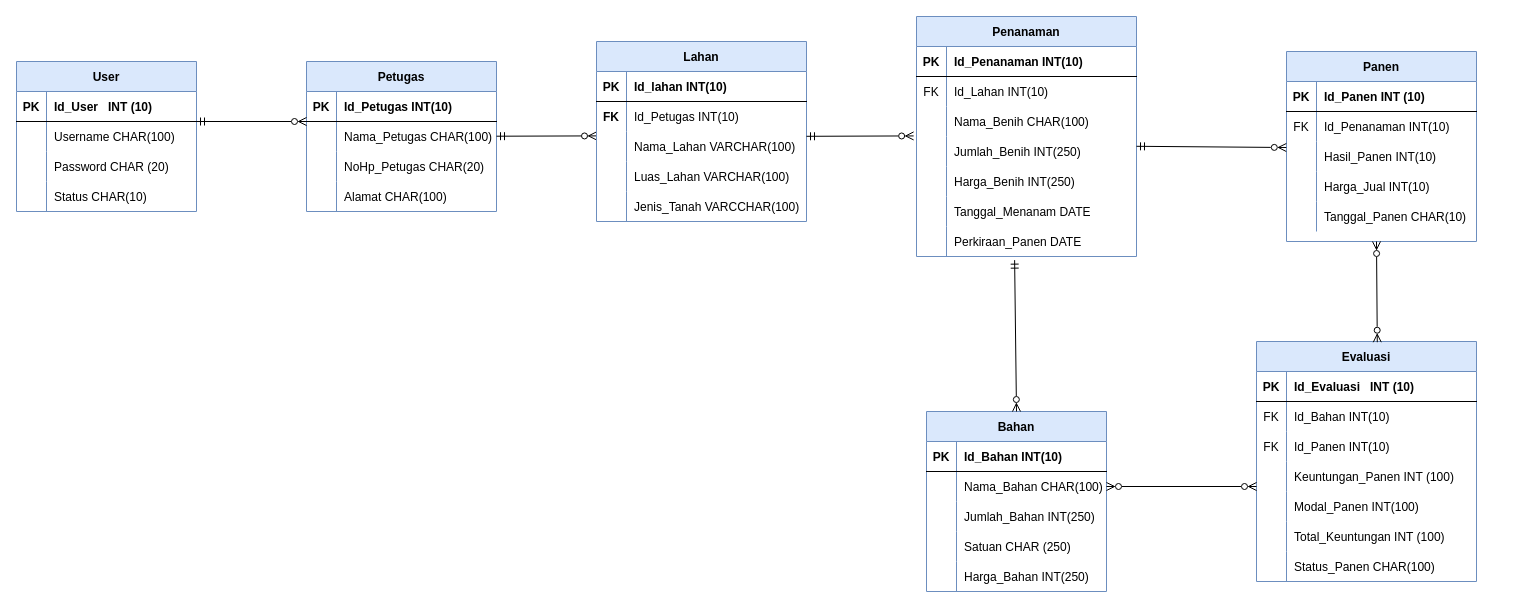
This is pertemuan 3/Pertemuan 3.drawio from ramabhagadhara/IF214002, a draw.io file, before an edit. Source tidied: cells renumbered, new cells numbered last; positions are measured from the earlier drawing's top-left corner, leaving out a move shared by most shapes. Both pictures are drawn from the tidied source at 100%, with x=0, y=0 at pixel (16, 16).
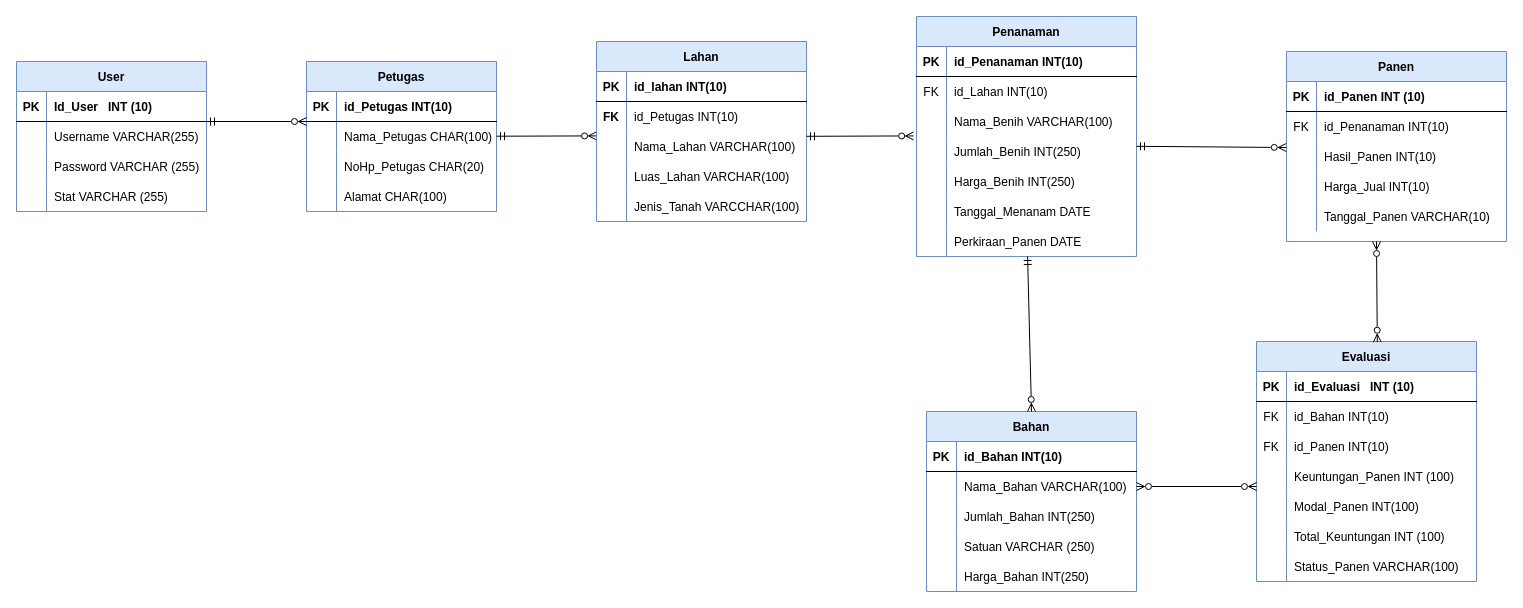
The same page after the edit.

The change refers to these unchanged cells:
```xml
<mxCell id="19" style="shape=tableRow;horizontal=0;startSize=0;swimlaneHead=0;swimlaneBody=0;fillColor=none;top=0;left=0;right=0;bottom=1;" parent="18" vertex="1">
  <mxGeometry y="30" width="220" height="30" as="geometry" />
</mxCell>
<mxCell id="22" style="shape=tableRow;horizontal=0;startSize=0;swimlaneHead=0;swimlaneBody=0;fillColor=none;top=0;left=0;right=0;bottom=0;" parent="18" vertex="1">
  <mxGeometry y="60" width="220" height="30" as="geometry" />
</mxCell>
<mxCell id="25" style="shape=tableRow;horizontal=0;startSize=0;swimlaneHead=0;swimlaneBody=0;fillColor=none;points=[[0,0.5],[1,0.5]];portConstraint=eastwest;top=0;left=0;right=0;bottom=0;" parent="18" vertex="1">
  <mxGeometry y="90" width="220" height="30" as="geometry" />
</mxCell>
<mxCell id="37" style="shape=tableRow;horizontal=0;startSize=0;swimlaneHead=0;swimlaneBody=0;fillColor=none;points=[[0,0.5],[1,0.5]];portConstraint=eastwest;top=0;left=0;right=0;bottom=0;" parent="18" vertex="1">
  <mxGeometry y="210" width="220" height="30" as="geometry" />
</mxCell>
<mxCell id="41" style="shape=tableRow;horizontal=0;startSize=0;swimlaneHead=0;swimlaneBody=0;fillColor=none;top=0;left=0;right=0;bottom=1;" parent="40" vertex="1">
  <mxGeometry y="30" width="190" height="30" as="geometry" />
</mxCell>
<mxCell id="85" style="shape=tableRow;horizontal=0;startSize=0;swimlaneHead=0;swimlaneBody=0;fillColor=none;top=0;left=0;right=0;bottom=1;" parent="84" vertex="1">
  <mxGeometry y="30" width="220" height="30" as="geometry" />
</mxCell>
<mxCell id="88" style="shape=tableRow;horizontal=0;startSize=0;swimlaneHead=0;swimlaneBody=0;fillColor=none;top=0;left=0;right=0;bottom=0;" parent="84" vertex="1">
  <mxGeometry y="60" width="220" height="30" as="geometry" />
</mxCell>
<mxCell id="91" style="shape=tableRow;horizontal=0;startSize=0;swimlaneHead=0;swimlaneBody=0;fillColor=none;top=0;left=0;right=0;bottom=0;" parent="84" vertex="1">
  <mxGeometry y="90" width="220" height="30" as="geometry" />
</mxCell>
<mxCell id="103" style="shape=tableRow;horizontal=0;startSize=0;swimlaneHead=0;swimlaneBody=0;fillColor=none;top=0;left=0;right=0;bottom=0;" parent="84" vertex="1">
  <mxGeometry y="210" width="220" height="30" as="geometry" />
</mxCell>
<mxCell id="107" style="shape=tableRow;horizontal=0;startSize=0;swimlaneHead=0;swimlaneBody=0;fillColor=none;top=0;left=0;right=0;bottom=1;" parent="106" vertex="1">
  <mxGeometry y="30" width="210" height="30" as="geometry" />
</mxCell>
<mxCell id="110" style="shape=tableRow;horizontal=0;startSize=0;swimlaneHead=0;swimlaneBody=0;fillColor=none;top=0;left=0;right=0;bottom=0;" parent="106" vertex="1">
  <mxGeometry y="60" width="210" height="30" as="geometry" />
</mxCell>
```

What changed in the source:
```diff
@@
     <mxCell id="2" value="Panen" style="shape=table;startSize=30;childLayout=tableLayout;rowLines=0;fontStyle=1;align=center;fillColor=#dae8fc;strokeColor=#6c8ebf;" parent="1" vertex="1">
-      <mxGeometry x="1270" y="35" width="190" height="190" as="geometry" />
+      <mxGeometry x="1270" y="35" width="220" height="190" as="geometry" />
     </mxCell>
     <mxCell id="3" style="shape=tableRow;horizontal=0;startSize=0;swimlaneHead=0;swimlaneBody=0;fillColor=none;top=0;left=0;right=0;bottom=1;" parent="2" vertex="1">
-      <mxGeometry y="30" width="190" height="30" as="geometry" />
+      <mxGeometry y="30" width="220" height="30" as="geometry" />
     </mxCell>
@@
-    <mxCell id="5" value="Id_Panen INT (10)" style="shape=partialRectangle;fillColor=none;top=0;left=0;bottom=0;right=0;align=left;spacingLeft=6;fontStyle=1;overflow=hidden;" parent="3" vertex="1">
-      <mxGeometry x="30" width="160" height="30" as="geometry" />
+    <mxCell id="5" value="id_Panen INT (10)" style="shape=partialRectangle;fillColor=none;top=0;left=0;bottom=0;right=0;align=left;spacingLeft=6;fontStyle=1;overflow=hidden;" parent="3" vertex="1">
+      <mxGeometry x="30" width="190" height="30" as="geometry" />
     </mxCell>
     <mxCell id="6" style="shape=tableRow;horizontal=0;startSize=0;swimlaneHead=0;swimlaneBody=0;fillColor=none;top=0;left=0;right=0;bottom=0;" parent="2" vertex="1">
-      <mxGeometry y="60" width="190" height="30" as="geometry" />
+      <mxGeometry y="60" width="220" height="30" as="geometry" />
     </mxCell>
@@
-    <mxCell id="8" value="Id_Penanaman INT(10)" style="shape=partialRectangle;fillColor=none;top=0;left=0;bottom=0;right=0;align=left;spacingLeft=6;overflow=hidden;" parent="6" vertex="1">
-      <mxGeometry x="30" width="160" height="30" as="geometry" />
+    <mxCell id="8" value="id_Penanaman INT(10)" style="shape=partialRectangle;fillColor=none;top=0;left=0;bottom=0;right=0;align=left;spacingLeft=6;overflow=hidden;" parent="6" vertex="1">
+      <mxGeometry x="30" width="190" height="30" as="geometry" />
     </mxCell>
     <mxCell id="9" style="shape=tableRow;horizontal=0;startSize=0;swimlaneHead=0;swimlaneBody=0;fillColor=none;points=[[0,0.5],[1,0.5]];portConstraint=eastwest;top=0;left=0;right=0;bottom=0;" parent="2" vertex="1">
-      <mxGeometry y="90" width="190" height="30" as="geometry" />
+      <mxGeometry y="90" width="220" height="30" as="geometry" />
     </mxCell>
@@
     <mxCell id="11" value="Hasil_Panen INT(10)" style="shape=partialRectangle;fillColor=none;top=0;left=0;bottom=0;right=0;align=left;spacingLeft=6;overflow=hidden;" parent="9" vertex="1">
-      <mxGeometry x="30" width="160" height="30" as="geometry" />
+      <mxGeometry x="30" width="190" height="30" as="geometry" />
     </mxCell>
     <mxCell id="12" style="shape=tableRow;horizontal=0;startSize=0;swimlaneHead=0;swimlaneBody=0;fillColor=none;top=0;left=0;right=0;bottom=0;" parent="2" vertex="1">
-      <mxGeometry y="120" width="190" height="30" as="geometry" />
+      <mxGeometry y="120" width="220" height="30" as="geometry" />
     </mxCell>
@@
     <mxCell id="14" value="Harga_Jual INT(10)" style="shape=partialRectangle;fillColor=none;top=0;left=0;bottom=0;right=0;align=left;spacingLeft=6;overflow=hidden;" parent="12" vertex="1">
-      <mxGeometry x="30" width="160" height="30" as="geometry" />
+      <mxGeometry x="30" width="190" height="30" as="geometry" />
     </mxCell>
     <mxCell id="15" style="shape=tableRow;horizontal=0;startSize=0;swimlaneHead=0;swimlaneBody=0;fillColor=none;top=0;left=0;right=0;bottom=0;" parent="2" vertex="1">
-      <mxGeometry y="150" width="190" height="30" as="geometry" />
+      <mxGeometry y="150" width="220" height="30" as="geometry" />
     </mxCell>
@@
-    <mxCell id="17" value="Tanggal_Panen CHAR(10)" style="shape=partialRectangle;fillColor=none;top=0;left=0;bottom=0;right=0;align=left;spacingLeft=6;overflow=hidden;" parent="15" vertex="1">
-      <mxGeometry x="30" width="160" height="30" as="geometry" />
+    <mxCell id="17" value="Tanggal_Panen VARCHAR(10)" style="shape=partialRectangle;fillColor=none;top=0;left=0;bottom=0;right=0;align=left;spacingLeft=6;overflow=hidden;" parent="15" vertex="1">
+      <mxGeometry x="30" width="190" height="30" as="geometry" />
     </mxCell>
@@
-    <mxCell id="21" value="Id_Penanaman INT(10)" style="shape=partialRectangle;fillColor=none;top=0;left=0;bottom=0;right=0;align=left;spacingLeft=6;fontStyle=1;overflow=hidden;" parent="19" vertex="1">
+    <mxCell id="21" value="id_Penanaman INT(10)" style="shape=partialRectangle;fillColor=none;top=0;left=0;bottom=0;right=0;align=left;spacingLeft=6;fontStyle=1;overflow=hidden;" parent="19" vertex="1">
       <mxGeometry x="30" width="190" height="30" as="geometry" />
     </mxCell>
@@
-    <mxCell id="24" value="Id_Lahan INT(10)" style="shape=partialRectangle;fillColor=none;top=0;left=0;bottom=0;right=0;align=left;spacingLeft=6;overflow=hidden;" parent="22" vertex="1">
+    <mxCell id="24" value="id_Lahan INT(10)" style="shape=partialRectangle;fillColor=none;top=0;left=0;bottom=0;right=0;align=left;spacingLeft=6;overflow=hidden;" parent="22" vertex="1">
       <mxGeometry x="30" width="190" height="30" as="geometry" />
     </mxCell>
@@
-    <mxCell id="27" value="Nama_Benih CHAR(100)" style="shape=partialRectangle;fillColor=none;top=0;left=0;bottom=0;right=0;align=left;spacingLeft=6;overflow=hidden;" parent="25" vertex="1">
+    <mxCell id="27" value="Nama_Benih VARCHAR(100)" style="shape=partialRectangle;fillColor=none;top=0;left=0;bottom=0;right=0;align=left;spacingLeft=6;overflow=hidden;" parent="25" vertex="1">
       <mxGeometry x="30" width="190" height="30" as="geometry" />
     </mxCell>
@@
-    <mxCell id="43" value="Id_Petugas INT(10)" style="shape=partialRectangle;fillColor=none;top=0;left=0;bottom=0;right=0;align=left;spacingLeft=6;fontStyle=1;overflow=hidden;" parent="41" vertex="1">
+    <mxCell id="43" value="id_Petugas INT(10)" style="shape=partialRectangle;fillColor=none;top=0;left=0;bottom=0;right=0;align=left;spacingLeft=6;fontStyle=1;overflow=hidden;" parent="41" vertex="1">
       <mxGeometry x="30" width="160" height="30" as="geometry" />
     </mxCell>
@@
     <mxCell id="53" value="User" style="shape=table;startSize=30;childLayout=tableLayout;rowLines=0;fontStyle=1;align=center;fillColor=#dae8fc;strokeColor=#6c8ebf;" parent="1" vertex="1">
-      <mxGeometry y="45" width="180" height="150" as="geometry" />
+      <mxGeometry y="45" width="190" height="150" as="geometry" />
     </mxCell>
     <mxCell id="54" style="shape=tableRow;horizontal=0;startSize=0;swimlaneHead=0;swimlaneBody=0;fillColor=none;top=0;left=0;right=0;bottom=1;" parent="53" vertex="1">
-      <mxGeometry y="30" width="180" height="30" as="geometry" />
+      <mxGeometry y="30" width="190" height="30" as="geometry" />
     </mxCell>
@@
     <mxCell id="56" value="Id_User   INT (10)" style="shape=partialRectangle;fillColor=none;top=0;left=0;bottom=0;right=0;align=left;spacingLeft=6;fontStyle=1;overflow=hidden;" parent="54" vertex="1">
-      <mxGeometry x="30" width="150" height="30" as="geometry" />
+      <mxGeometry x="30" width="160" height="30" as="geometry" />
     </mxCell>
     <mxCell id="57" style="shape=tableRow;horizontal=0;startSize=0;swimlaneHead=0;swimlaneBody=0;fillColor=none;top=0;left=0;right=0;bottom=0;" parent="53" vertex="1">
-      <mxGeometry y="60" width="180" height="30" as="geometry" />
+      <mxGeometry y="60" width="190" height="30" as="geometry" />
     </mxCell>
@@
-    <mxCell id="59" value="Username CHAR(100)" style="shape=partialRectangle;fillColor=none;top=0;left=0;bottom=0;right=0;align=left;spacingLeft=6;overflow=hidden;" parent="57" vertex="1">
-      <mxGeometry x="30" width="150" height="30" as="geometry" />
+    <mxCell id="59" value="Username VARCHAR(255)" style="shape=partialRectangle;fillColor=none;top=0;left=0;bottom=0;right=0;align=left;spacingLeft=6;overflow=hidden;" parent="57" vertex="1">
+      <mxGeometry x="30" width="160" height="30" as="geometry" />
     </mxCell>
     <mxCell id="60" style="shape=tableRow;horizontal=0;startSize=0;swimlaneHead=0;swimlaneBody=0;fillColor=none;top=0;left=0;right=0;bottom=0;" parent="53" vertex="1">
-      <mxGeometry y="90" width="180" height="30" as="geometry" />
+      <mxGeometry y="90" width="190" height="30" as="geometry" />
     </mxCell>
@@
-    <mxCell id="62" value="Password CHAR (20)" style="shape=partialRectangle;fillColor=none;top=0;left=0;bottom=0;right=0;align=left;spacingLeft=6;overflow=hidden;" parent="60" vertex="1">
-      <mxGeometry x="30" width="150" height="30" as="geometry" />
+    <mxCell id="62" value="Password VARCHAR (255)" style="shape=partialRectangle;fillColor=none;top=0;left=0;bottom=0;right=0;align=left;spacingLeft=6;overflow=hidden;" parent="60" vertex="1">
+      <mxGeometry x="30" width="160" height="30" as="geometry" />
     </mxCell>
     <mxCell id="63" style="shape=tableRow;horizontal=0;startSize=0;swimlaneHead=0;swimlaneBody=0;fillColor=none;top=0;left=0;right=0;bottom=0;" parent="53" vertex="1">
-      <mxGeometry y="120" width="180" height="30" as="geometry" />
+      <mxGeometry y="120" width="190" height="30" as="geometry" />
     </mxCell>
@@
-    <mxCell id="65" value="Status CHAR(10)" style="shape=partialRectangle;fillColor=none;top=0;left=0;bottom=0;right=0;align=left;spacingLeft=6;overflow=hidden;" parent="63" vertex="1">
-      <mxGeometry x="30" width="150" height="30" as="geometry" />
+    <mxCell id="65" value="Stat VARCHAR (255)" style="shape=partialRectangle;fillColor=none;top=0;left=0;bottom=0;right=0;align=left;spacingLeft=6;overflow=hidden;" parent="63" vertex="1">
+      <mxGeometry x="30" width="160" height="30" as="geometry" />
     </mxCell>
     <mxCell id="66" value="Bahan" style="shape=table;startSize=30;childLayout=tableLayout;rowLines=0;fontStyle=1;align=center;fillColor=#dae8fc;strokeColor=#6c8ebf;" parent="1" vertex="1">
-      <mxGeometry x="910" y="395" width="180" height="180" as="geometry" />
+      <mxGeometry x="910" y="395" width="210" height="180" as="geometry" />
     </mxCell>
     <mxCell id="67" style="shape=tableRow;horizontal=0;startSize=0;swimlaneHead=0;swimlaneBody=0;fillColor=none;top=0;left=0;right=0;bottom=1;" parent="66" vertex="1">
-      <mxGeometry y="30" width="180" height="30" as="geometry" />
+      <mxGeometry y="30" width="210" height="30" as="geometry" />
     </mxCell>
@@
-    <mxCell id="69" value="Id_Bahan INT(10)" style="shape=partialRectangle;fillColor=none;top=0;left=0;bottom=0;right=0;align=left;spacingLeft=6;fontStyle=1;overflow=hidden;" parent="67" vertex="1">
-      <mxGeometry x="30" width="150" height="30" as="geometry" />
+    <mxCell id="69" value="id_Bahan INT(10)" style="shape=partialRectangle;fillColor=none;top=0;left=0;bottom=0;right=0;align=left;spacingLeft=6;fontStyle=1;overflow=hidden;" parent="67" vertex="1">
+      <mxGeometry x="30" width="180" height="30" as="geometry" />
     </mxCell>
     <mxCell id="70" style="shape=tableRow;horizontal=0;startSize=0;swimlaneHead=0;swimlaneBody=0;fillColor=none;points=[[0,0.5],[1,0.5]];portConstraint=eastwest;top=0;left=0;right=0;bottom=0;" parent="66" vertex="1">
-      <mxGeometry y="60" width="180" height="30" as="geometry" />
+      <mxGeometry y="60" width="210" height="30" as="geometry" />
     </mxCell>
@@
-    <mxCell id="72" value="Nama_Bahan CHAR(100)" style="shape=partialRectangle;fillColor=none;top=0;left=0;bottom=0;right=0;align=left;spacingLeft=6;overflow=hidden;" parent="70" vertex="1">
-      <mxGeometry x="30" width="150" height="30" as="geometry" />
+    <mxCell id="72" value="Nama_Bahan VARCHAR(100)" style="shape=partialRectangle;fillColor=none;top=0;left=0;bottom=0;right=0;align=left;spacingLeft=6;overflow=hidden;" parent="70" vertex="1">
+      <mxGeometry x="30" width="180" height="30" as="geometry" />
     </mxCell>
     <mxCell id="73" style="shape=tableRow;horizontal=0;startSize=0;swimlaneHead=0;swimlaneBody=0;fillColor=none;top=0;left=0;right=0;bottom=0;" parent="66" vertex="1">
-      <mxGeometry y="90" width="180" height="30" as="geometry" />
+      <mxGeometry y="90" width="210" height="30" as="geometry" />
     </mxCell>
@@
     <mxCell id="75" value="Jumlah_Bahan INT(250)" style="shape=partialRectangle;fillColor=none;top=0;left=0;bottom=0;right=0;align=left;spacingLeft=6;overflow=hidden;" parent="73" vertex="1">
-      <mxGeometry x="30" width="150" height="30" as="geometry" />
+      <mxGeometry x="30" width="180" height="30" as="geometry" />
     </mxCell>
     <mxCell id="76" style="shape=tableRow;horizontal=0;startSize=0;swimlaneHead=0;swimlaneBody=0;fillColor=none;top=0;left=0;right=0;bottom=0;" parent="66" vertex="1">
-      <mxGeometry y="120" width="180" height="30" as="geometry" />
+      <mxGeometry y="120" width="210" height="30" as="geometry" />
     </mxCell>
@@
-    <mxCell id="78" value="Satuan CHAR (250)" style="shape=partialRectangle;fillColor=none;top=0;left=0;bottom=0;right=0;align=left;spacingLeft=6;overflow=hidden;" parent="76" vertex="1">
-      <mxGeometry x="30" width="150" height="30" as="geometry" />
+    <mxCell id="78" value="Satuan VARCHAR (250)" style="shape=partialRectangle;fillColor=none;top=0;left=0;bottom=0;right=0;align=left;spacingLeft=6;overflow=hidden;" parent="76" vertex="1">
+      <mxGeometry x="30" width="180" height="30" as="geometry" />
     </mxCell>
     <mxCell id="79" style="shape=tableRow;horizontal=0;startSize=0;swimlaneHead=0;swimlaneBody=0;fillColor=none;top=0;left=0;right=0;bottom=0;" parent="66" vertex="1">
-      <mxGeometry y="150" width="180" height="30" as="geometry" />
+      <mxGeometry y="150" width="210" height="30" as="geometry" />
     </mxCell>
@@
     <mxCell id="81" value="Harga_Bahan INT(250)" style="shape=partialRectangle;fillColor=none;top=0;left=0;bottom=0;right=0;align=left;spacingLeft=6;overflow=hidden;" parent="79" vertex="1">
-      <mxGeometry x="30" width="150" height="30" as="geometry" />
+      <mxGeometry x="30" width="180" height="30" as="geometry" />
     </mxCell>
     <mxCell id="82" style="endArrow=ERzeroToMany;startArrow=ERmandOne;html=1;rounded=0;startFill=0;endFill=0;" parent="1" edge="1">
       <mxGeometry relative="1" as="geometry">
-        <mxPoint x="180" y="105" as="sourcePoint" />
+        <mxPoint x="190" y="105" as="sourcePoint" />
         <mxPoint x="290" y="105" as="targetPoint" />
       </mxGeometry>
     </mxCell>
@@
-    <mxCell id="87" value="Id_Evaluasi   INT (10)" style="shape=partialRectangle;fillColor=none;top=0;left=0;bottom=0;right=0;align=left;spacingLeft=6;fontStyle=1;overflow=hidden;" parent="85" vertex="1">
+    <mxCell id="87" value="id_Evaluasi   INT (10)" style="shape=partialRectangle;fillColor=none;top=0;left=0;bottom=0;right=0;align=left;spacingLeft=6;fontStyle=1;overflow=hidden;" parent="85" vertex="1">
       <mxGeometry x="30" width="190" height="30" as="geometry" />
     </mxCell>
@@
-    <mxCell id="90" value="Id_Bahan INT(10)" style="shape=partialRectangle;fillColor=none;top=0;left=0;bottom=0;right=0;align=left;spacingLeft=6;overflow=hidden;" parent="88" vertex="1">
+    <mxCell id="90" value="id_Bahan INT(10)" style="shape=partialRectangle;fillColor=none;top=0;left=0;bottom=0;right=0;align=left;spacingLeft=6;overflow=hidden;" parent="88" vertex="1">
       <mxGeometry x="30" width="190" height="30" as="geometry" />
     </mxCell>
@@
-    <mxCell id="93" value="Id_Panen INT(10)" style="shape=partialRectangle;fillColor=none;top=0;left=0;bottom=0;right=0;align=left;spacingLeft=6;overflow=hidden;" parent="91" vertex="1">
+    <mxCell id="93" value="id_Panen INT(10)" style="shape=partialRectangle;fillColor=none;top=0;left=0;bottom=0;right=0;align=left;spacingLeft=6;overflow=hidden;" parent="91" vertex="1">
       <mxGeometry x="30" width="190" height="30" as="geometry" />
     </mxCell>
@@
-    <mxCell id="105" value="Status_Panen CHAR(100)" style="shape=partialRectangle;fillColor=none;top=0;left=0;bottom=0;right=0;align=left;spacingLeft=6;overflow=hidden;" parent="103" vertex="1">
+    <mxCell id="105" value="Status_Panen VARCHAR(100)" style="shape=partialRectangle;fillColor=none;top=0;left=0;bottom=0;right=0;align=left;spacingLeft=6;overflow=hidden;" parent="103" vertex="1">
       <mxGeometry x="30" width="190" height="30" as="geometry" />
     </mxCell>
@@
-    <mxCell id="109" value="Id_lahan INT(10)" style="shape=partialRectangle;fillColor=none;top=0;left=0;bottom=0;right=0;align=left;spacingLeft=6;fontStyle=1;overflow=hidden;" parent="107" vertex="1">
+    <mxCell id="109" value="id_lahan INT(10)" style="shape=partialRectangle;fillColor=none;top=0;left=0;bottom=0;right=0;align=left;spacingLeft=6;fontStyle=1;overflow=hidden;" parent="107" vertex="1">
       <mxGeometry x="30" width="180" height="30" as="geometry" />
     </mxCell>
@@
-    <mxCell id="112" value="Id_Petugas INT(10)" style="shape=partialRectangle;fillColor=none;top=0;left=0;bottom=0;right=0;align=left;spacingLeft=6;overflow=hidden;" parent="110" vertex="1">
+    <mxCell id="112" value="id_Petugas INT(10)" style="shape=partialRectangle;fillColor=none;top=0;left=0;bottom=0;right=0;align=left;spacingLeft=6;overflow=hidden;" parent="110" vertex="1">
       <mxGeometry x="30" width="180" height="30" as="geometry" />
     </mxCell>
@@
-    <mxCell id="124" style="endArrow=ERzeroToMany;startArrow=ERmandOne;html=1;rounded=0;startFill=0;endFill=0;entryX=0.5;entryY=0;entryDx=0;entryDy=0;exitX=0.446;exitY=1.121;exitDx=0;exitDy=0;exitPerimeter=0;" parent="1" edge="1" source="37" target="66">
+    <mxCell id="124" style="endArrow=ERzeroToMany;startArrow=ERmandOne;html=1;rounded=0;startFill=0;endFill=0;entryX=0.5;entryY=0;entryDx=0;entryDy=0;exitX=0.505;exitY=1;exitDx=0;exitDy=0;exitPerimeter=0;" parent="1" edge="1" source="37" target="66">
       <mxGeometry relative="1" as="geometry" />
     </mxCell>
```
